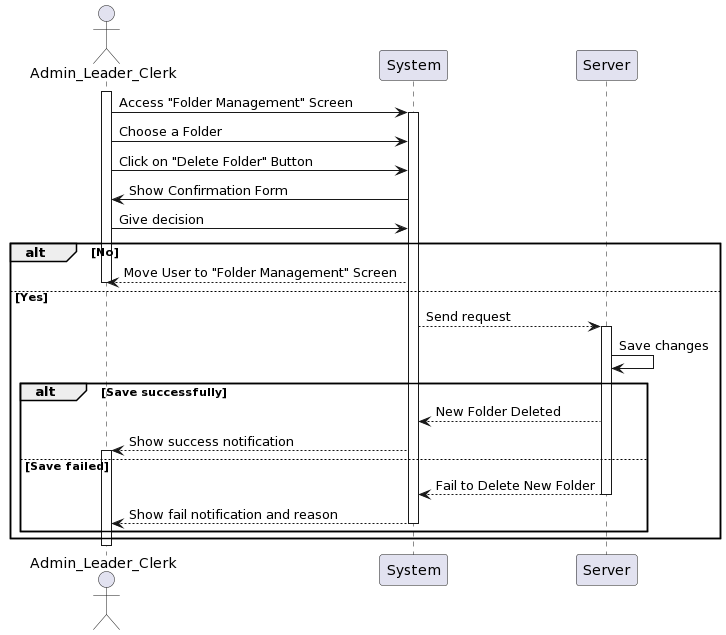
This is Lab1/Lab1.2/SequenceDiagram/Folder/DeleteFolder/DeleteFolder_SequenceDiagram.png from khoapham1003/SE357-Pratice-class, a PlantUML export, as it was before one commit. Source of this version:
```plantuml
@startuml
actor Admin_Leader_Clerk as User
participant System
participant Server

activate User
User -> System: Access "Folder Management" Screen
activate System
User -> System: Choose a Folder
User -> System: Click on "Delete Folder" Button
System -> User: Show Confirmation Form
User -> System: Give decision
alt No
    System--> User: Move User to "Folder Management" Screen
deactivate User
else Yes
    System --> Server: Send request
activate Server
    Server -> Server: Save changes
    alt Save successfully
        Server --> System: New Folder Deleted
        System --> User: Show success notification
activate User
    else Save failed
        Server --> System:Fail to Delete New Folder
deactivate Server
        System --> User: Show fail notification and reason
deactivate System
    end
end
deactivate User
@enduml
```
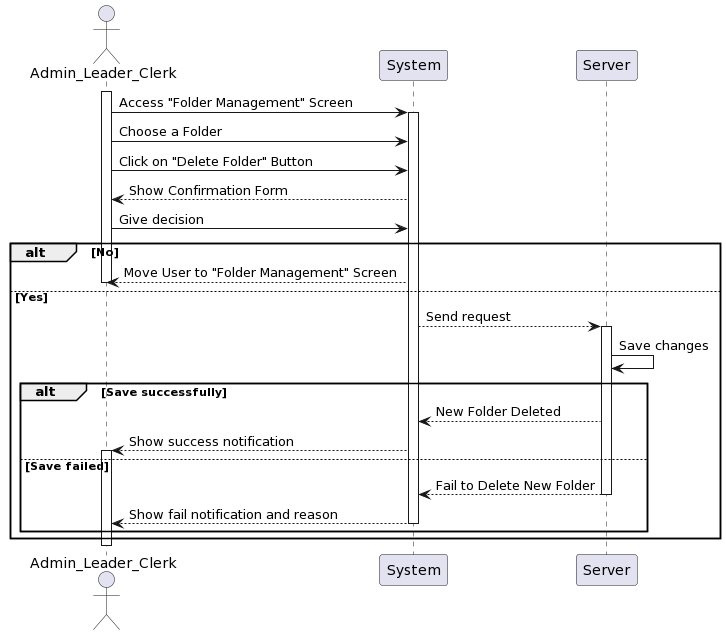
Later version of the same file.

Change to the diagram source:
```diff
@@ -8,7 +8,7 @@
 activate System
 User -> System: Choose a Folder
 User -> System: Click on "Delete Folder" Button
-System -> User: Show Confirmation Form
+System --> User: Show Confirmation Form
 User -> System: Give decision
 alt No
     System--> User: Move User to "Folder Management" Screen
```
